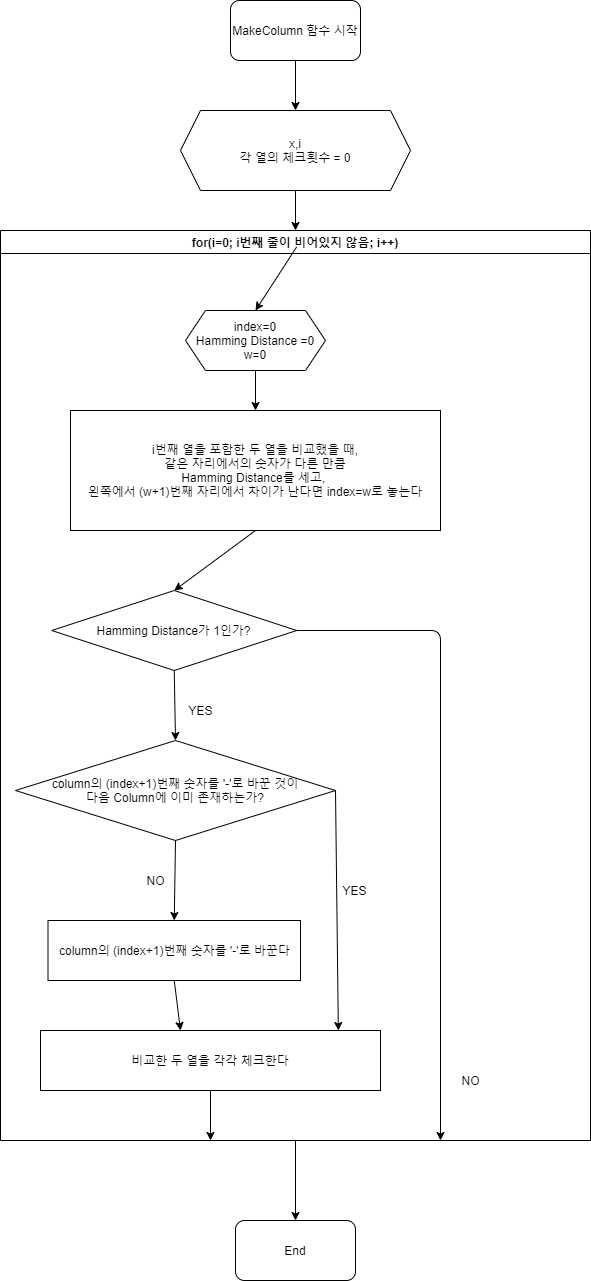
Before: 순서도/MakeColumn.png, a diagram exported from draw.io (aaron-rev/QuinMc_C2Plus). Source tidied: cells renumbered, new cells last; positions are measured from the earlier drawing's top-left corner, leaving out a move shared by most shapes.
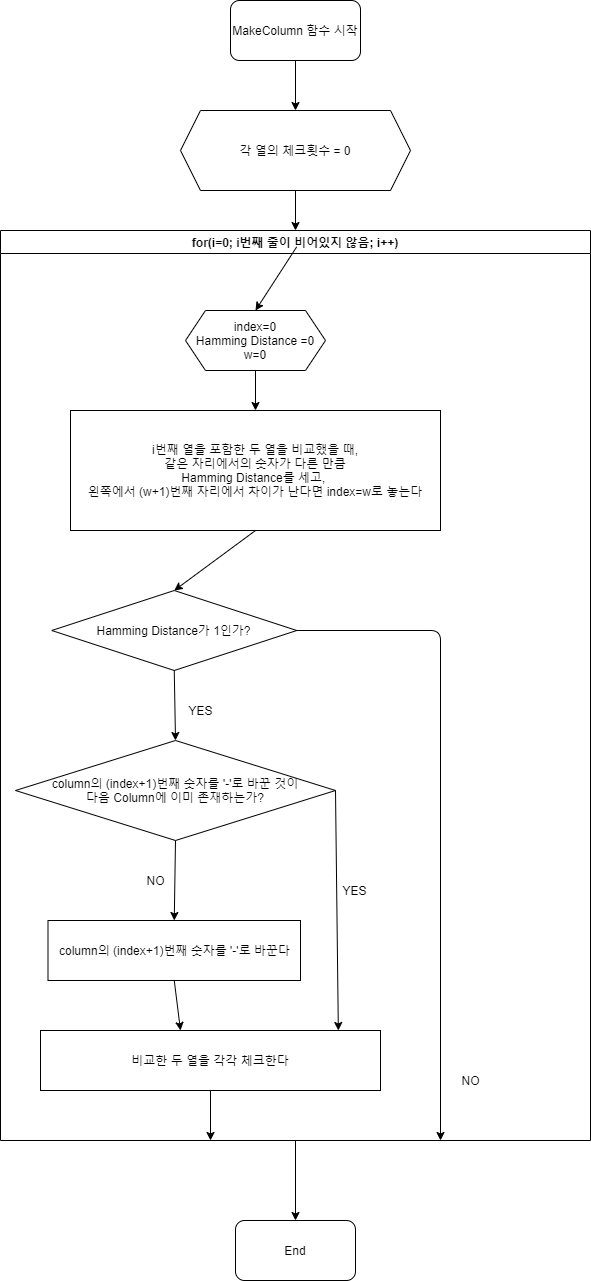
Above is the later version.

Commit message:
빌드업이 잘못 쓰인 부분이 있어서 수정

What changed in the source:
```diff
@@ -8,7 +8,7 @@
     <mxCell id="3" style="endArrow=classic;html=1;exitX=0.5;exitY=1;exitDx=0;exitDy=0;" parent="1" edge="1" source="2" target="4">
       <mxGeometry relative="1" as="geometry" />
     </mxCell>
-    <mxCell id="4" value="x,i&lt;br&gt;각 열의 체크횟수 = 0" style="shape=hexagon;perimeter=hexagonPerimeter2;whiteSpace=wrap;html=1;fixedSize=1;" parent="1" vertex="1">
+    <mxCell id="4" value="각 열의 체크횟수 = 0" style="shape=hexagon;perimeter=hexagonPerimeter2;whiteSpace=wrap;html=1;fixedSize=1;" parent="1" vertex="1">
       <mxGeometry x="180" y="110" width="230" height="80" as="geometry" />
     </mxCell>
     <mxCell id="5" style="endArrow=classic;html=1;exitX=0.5;exitY=1;exitDx=0;exitDy=0;entryX=0.5;entryY=0;entryDx=0;entryDy=0;" parent="1" edge="1" source="4" target="6">
```
